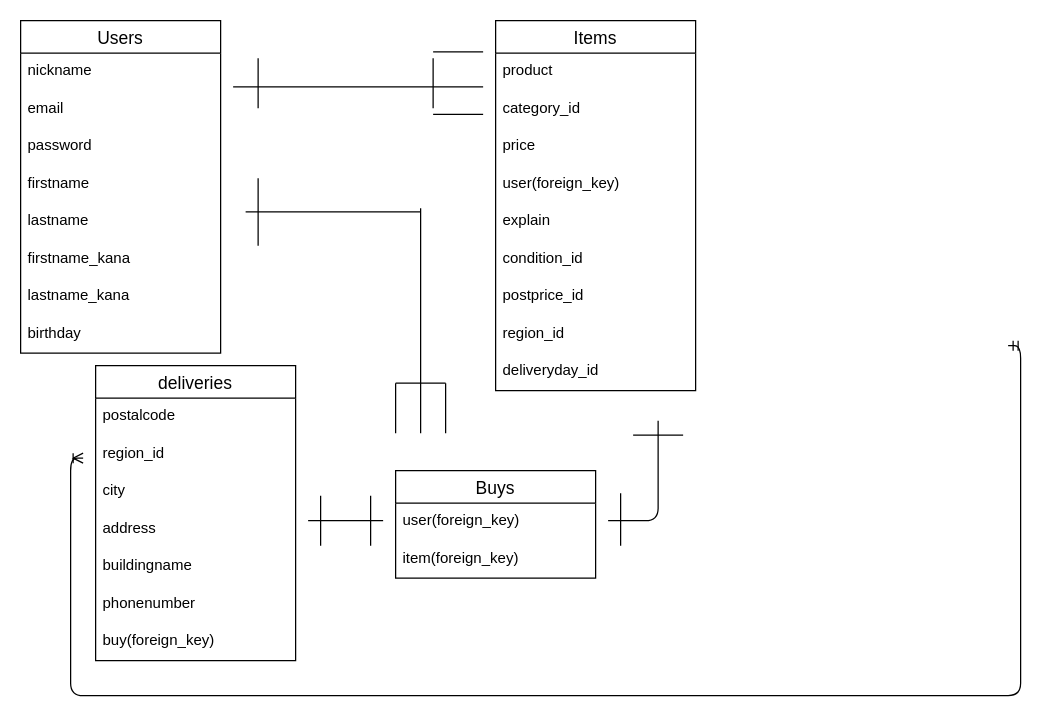
This is furima.dio from jaykim3217/furima-37818, a draw.io file, before an edit. Source tidied: cells renumbered, new cells numbered last; positions are measured from the earlier drawing's top-left corner, leaving out a move shared by most shapes. Both pictures are drawn from the tidied source at 125%, with x=0, y=0 at pixel (20, 20).
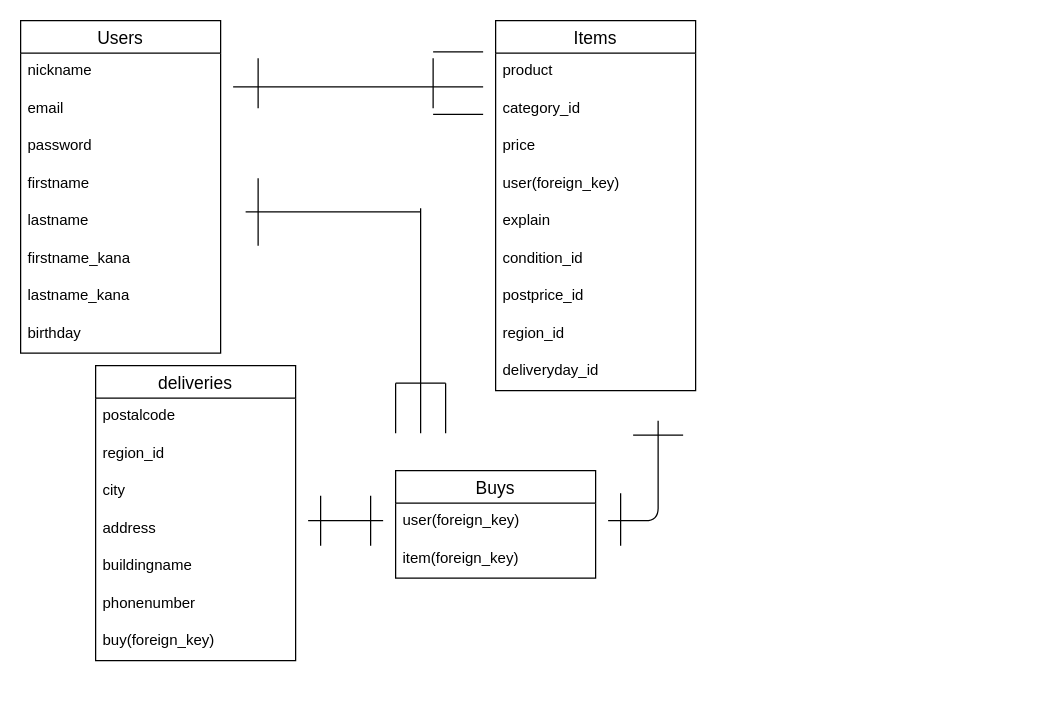
The same diagram, later.

Diff of the diagram source:
```diff
@@
-    <mxCell id="49" style="edgeStyle=orthogonalEdgeStyle;fontSize=12;html=1;endArrow=ERoneToMany;startArrow=ERmandOne;rounded=1;labelBackgroundColor=default;fontFamily=Helvetica;fontColor=default;strokeColor=default;elbow=vertical;" parent="1" edge="1">
-      <mxGeometry relative="1" as="geometry">
-        <mxPoint x="790" y="260" as="sourcePoint" />
-        <mxPoint x="50" y="350" as="targetPoint" />
-        <Array as="points">
-          <mxPoint x="800" y="260" />
-          <mxPoint x="800" y="540" />
-          <mxPoint x="40" y="540" />
-          <mxPoint x="40" y="350" />
-        </Array>
-      </mxGeometry>
-    </mxCell>
```
